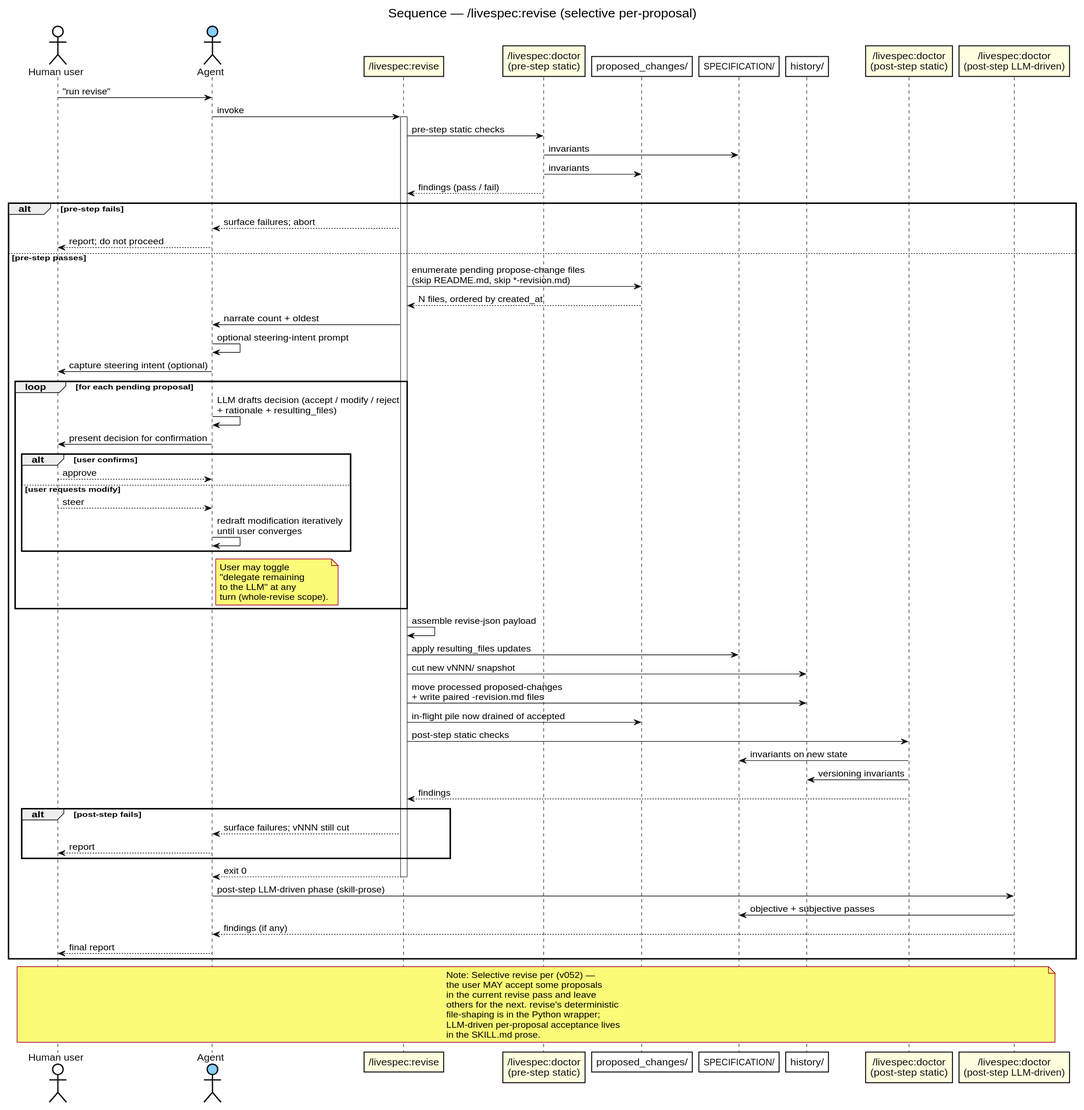
Above: research/workflow-processes/diagrams/seq-revise.svg in thewoolleyman/livespec (PlantUML), before the change.
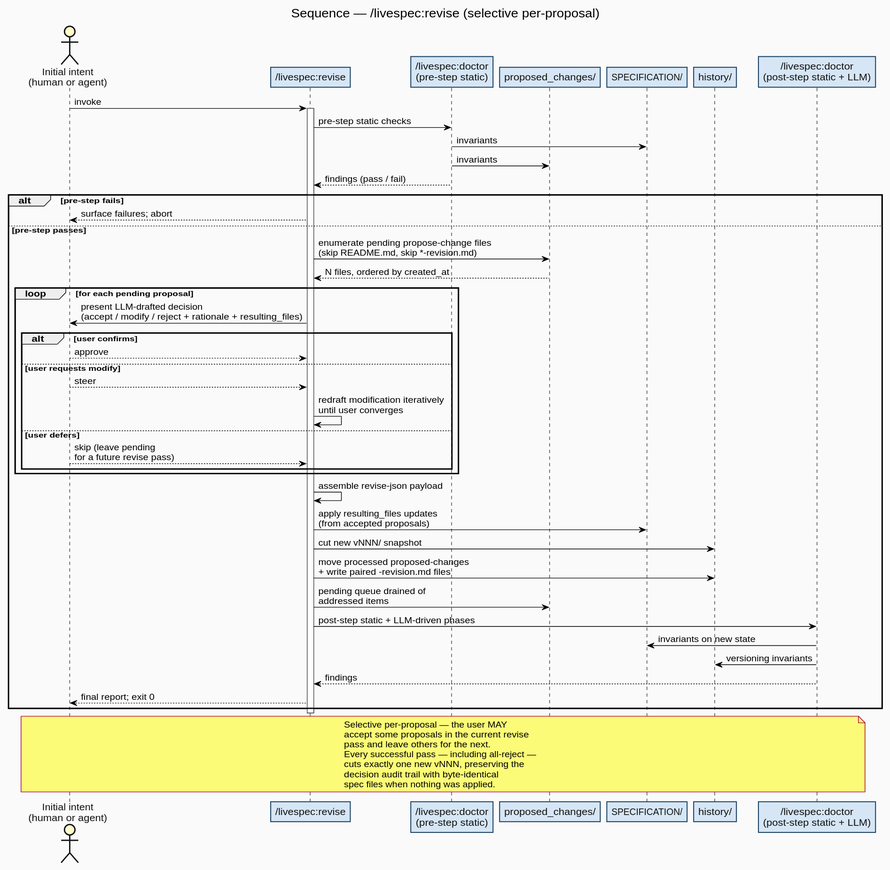
Above is the later version.

What changed in the source:
```diff
@@ -2,30 +2,27 @@
 title Sequence — /livespec:revise (selective per-proposal)
 skinparam defaultFontName Helvetica
 skinparam shadowing false
-skinparam BackgroundColor white
-skinparam ArrowColor #111
+skinparam BackgroundColor #fafafa
+skinparam ArrowColor #000000
 skinparam sequence {
-  ParticipantBorderColor #111
-  ParticipantBackgroundColor white
+  ParticipantBorderColor #1f4768
+  ParticipantBackgroundColor #d6e6f5
   ParticipantFontColor #111
   ActorBorderColor #111
-  ActorBackgroundColor white
+  ActorBackgroundColor #fffacc
   ActorFontColor #111
   LifeLineBorderColor #444
 }
 
-actor "Human user" as User
-actor "Agent" as Agent #LightSkyBlue
-participant "/livespec:revise" as Revise #LightYellow
-participant "/livespec:doctor\n(pre-step static)" as DoctorPre #LightYellow
+actor "Initial intent\n(human or agent)" as User
+participant "/livespec:revise" as Revise
+participant "/livespec:doctor\n(pre-step static)" as DoctorPre
 participant "proposed_changes/" as Proposed
 participant "SPECIFICATION/" as Spec
 participant "history/" as History
-participant "/livespec:doctor\n(post-step static)" as DoctorPost #LightYellow
-participant "/livespec:doctor\n(post-step LLM-driven)" as DoctorLLM #LightYellow
+participant "/livespec:doctor\n(post-step static + LLM)" as DoctorPost
 
-User -> Agent : "run revise"
-Agent -> Revise : invoke
+User -> Revise : invoke
 activate Revise
 
 Revise -> DoctorPre : pre-step static checks
@@ -34,53 +31,38 @@
 DoctorPre --> Revise : findings (pass / fail)
 
 alt pre-step fails
-  Revise --> Agent : surface failures; abort
-  Agent --> User : report; do not proceed
+  Revise --> User : surface failures; abort
 else pre-step passes
   Revise -> Proposed : enumerate pending propose-change files\n(skip README.md, skip *-revision.md)
   Proposed --> Revise : N files, ordered by created_at
-  Revise -> Agent : narrate count + oldest
-
-  Agent -> Agent : optional steering-intent prompt
-  Agent -> User : capture steering intent (optional)
 
   loop for each pending proposal
-    Agent -> Agent : LLM drafts decision (accept / modify / reject\n+ rationale + resulting_files)
-    Agent -> User : present decision for confirmation
+    Revise -> User : present LLM-drafted decision\n(accept / modify / reject + rationale + resulting_files)
     alt user confirms
-      User --> Agent : approve
+      User --> Revise : approve
     else user requests modify
-      User --> Agent : steer
-      Agent -> Agent : redraft modification iteratively\nuntil user converges
+      User --> Revise : steer
+      Revise -> Revise : redraft modification iteratively\nuntil user converges
+    else user defers
+      User --> Revise : skip (leave pending\nfor a future revise pass)
     end
-    note right of Agent : User may toggle\n"delegate remaining\nto the LLM" at any\nturn (whole-revise scope).
   end
 
   Revise -> Revise : assemble revise-json payload
-  Revise -> Spec : apply resulting_files updates
+  Revise -> Spec : apply resulting_files updates\n(from accepted proposals)
   Revise -> History : cut new vNNN/ snapshot
   Revise -> History : move processed proposed-changes\n+ write paired -revision.md files
-  Revise -> Proposed : in-flight pile now drained of accepted
+  Revise -> Proposed : pending queue drained of\naddressed items
 
-  Revise -> DoctorPost : post-step static checks
+  Revise -> DoctorPost : post-step static + LLM-driven phases
   DoctorPost -> Spec : invariants on new state
   DoctorPost -> History : versioning invariants
   DoctorPost --> Revise : findings
 
-  alt post-step fails
-    Revise --> Agent : surface failures; vNNN still cut
-    Agent --> User : report
-  end
+  Revise --> User : final report; exit 0
+end
+deactivate Revise
 
-  Revise --> Agent : exit 0
-  deactivate Revise
-
-  Agent -> DoctorLLM : post-step LLM-driven phase (skill-prose)
-  DoctorLLM -> Spec : objective + subjective passes
-  DoctorLLM --> Agent : findings (if any)
-  Agent --> User : final report
-end
-
-note over User, DoctorLLM : Note: Selective revise per (v052) —\nthe user MAY accept some proposals\nin the current revise pass and leave\nothers for the next. revise's deterministic\nfile-shaping is in the Python wrapper;\nLLM-driven per-proposal acceptance lives\nin the SKILL.md prose.
+note over User, DoctorPost : Selective per-proposal — the user MAY\naccept some proposals in the current revise\npass and leave others for the next.\nEvery successful pass — including all-reject —\ncuts exactly one new vNNN, preserving the\ndecision audit trail with byte-identical\nspec files when nothing was applied.
 
 @enduml
```
